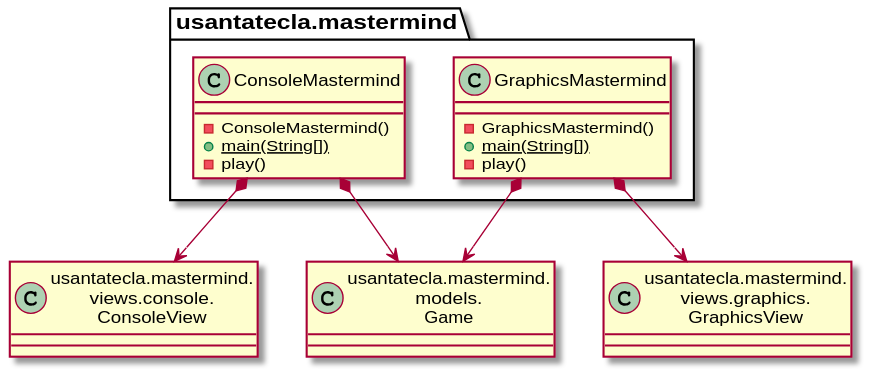
Before: documentView/withoutFactoryMethod/docs/diagrams/out/paquetes/usantatecla.mastermind.svg, a diagram exported from PlantUML (SantaTecla-mastermind/solution.java.swing.socket.sql).
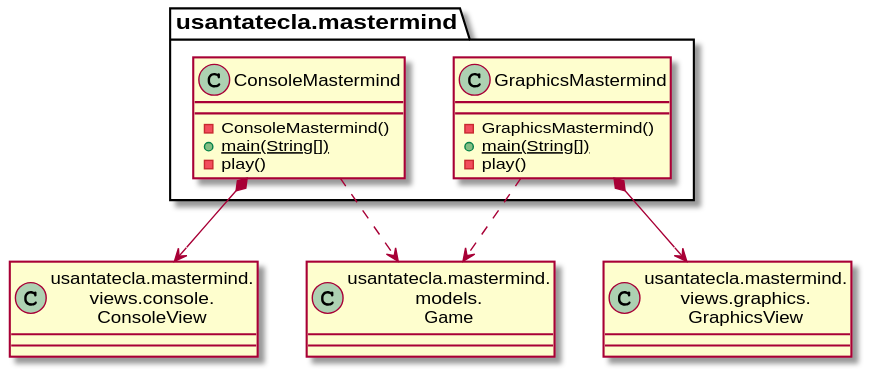
After the change.

Change to the diagram source:
```diff
@@ -1,21 +1,21 @@
 @startuml
 class usantatecla.mastermind.ConsoleMastermind{
-- ConsoleMastermind()
-+ {static} main(String[])
-- play()
+    - ConsoleMastermind()
+    + {static} main(String[])
+    - play()
 }
 
 class usantatecla.mastermind.GraphicsMastermind{
-- GraphicsMastermind()
-+ {static} main(String[])
-- play()
+    - GraphicsMastermind()
+    + {static} main(String[])
+    - play()
 }
 
 class ConsoleView as "usantatecla.mastermind.\nviews.console.\nConsoleView"{}
 class GraphicsView as "usantatecla.mastermind.\nviews.graphics.\nGraphicsView"{}
 class Game as "usantatecla.mastermind.\nmodels.\nGame"{}
 usantatecla.mastermind.ConsoleMastermind *-down-> ConsoleView
-usantatecla.mastermind.ConsoleMastermind *-down-> Game
+usantatecla.mastermind.ConsoleMastermind .down.> Game
 usantatecla.mastermind.GraphicsMastermind *-down-> GraphicsView
-usantatecla.mastermind.GraphicsMastermind *-down-> Game
+usantatecla.mastermind.GraphicsMastermind .down.> Game
 @enduml
```
